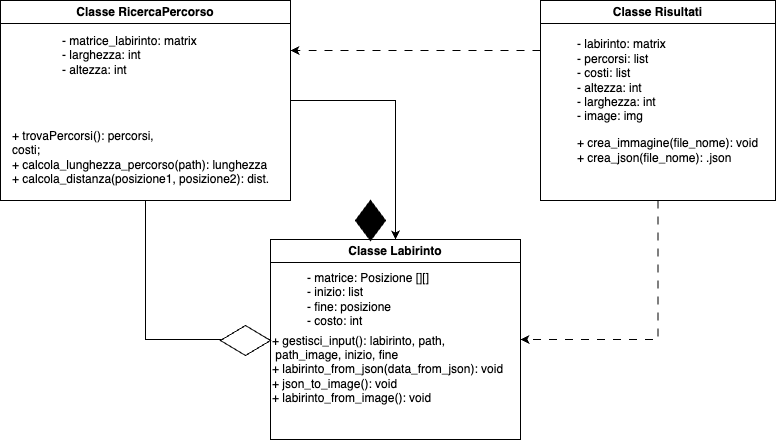
Earlier version of the draw.io export labyrinth_UML.drawio.png (e-caliano/Labirinth2023). Source tidied: cells renumbered, new cells last; positions are measured from the earlier drawing's top-left corner, leaving out a move shared by most shapes.
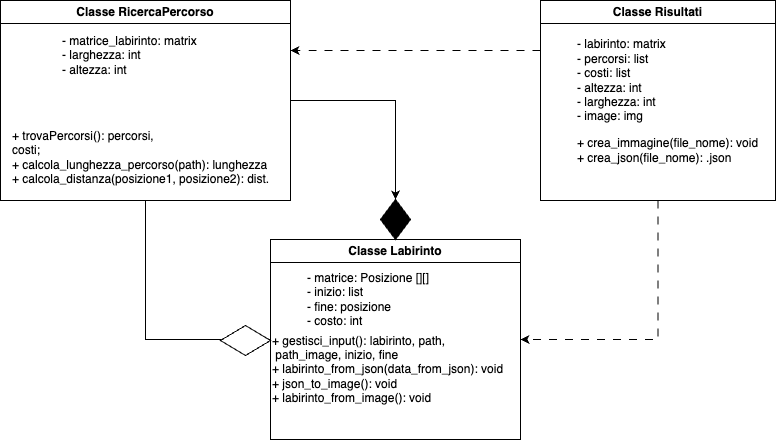
The same diagram one commit later.

Change to the diagram source:
```diff
@@ -14,7 +14,7 @@
     <mxCell id="5" style="edgeStyle=orthogonalEdgeStyle;rounded=0;jettySize=auto;html=1;exitX=0.5;exitY=1;exitDx=0;exitDy=0;entryX=0;entryY=0.5;entryDx=0;entryDy=0;" parent="1" edge="1" source="7" target="2">
       <mxGeometry relative="1" as="geometry" />
     </mxCell>
-    <mxCell id="6" style="edgeStyle=orthogonalEdgeStyle;rounded=0;jettySize=auto;html=1;exitX=1;exitY=0.5;exitDx=0;exitDy=0;entryX=0.5;entryY=0;entryDx=0;entryDy=0;" parent="1" edge="1" source="7" target="2">
+    <mxCell id="6" style="edgeStyle=orthogonalEdgeStyle;rounded=0;jettySize=auto;html=1;exitX=1;exitY=0.5;exitDx=0;exitDy=0;entryX=0.5;entryY=0;entryDx=0;entryDy=0;" parent="1" edge="1" source="15" target="2">
       <mxGeometry relative="1" as="geometry" />
     </mxCell>
     <mxCell id="7" value="Classe RicercaPercorso" style="swimlane;whiteSpace=wrap;html=1;" parent="1" vertex="1">
@@ -41,11 +41,14 @@
     <mxCell id="14" value="+ crea_immagine(file_nome): void&lt;br&gt;+ crea_json(file_nome): .json" style="text;html=1;align=left;verticalAlign=middle;strokeColor=none;fillColor=none;" parent="12" vertex="1">
       <mxGeometry x="35" y="130" width="200" height="40" as="geometry" />
     </mxCell>
+    <mxCell id="16" style="rhombus;whiteSpace=wrap;html=1;rotation=90;" parent="1" vertex="1">
+      <mxGeometry x="230" y="315" width="30" height="50" as="geometry" />
+    </mxCell>
+    <mxCell id="17" style="edgeStyle=orthogonalEdgeStyle;rounded=0;jettySize=auto;html=1;exitX=1;exitY=0.5;exitDx=0;exitDy=0;entryX=0.5;entryY=0;entryDx=0;entryDy=0;" parent="1" edge="1" source="7" target="15">
+      <mxGeometry relative="1" as="geometry" />
+    </mxCell>
     <mxCell id="15" style="rhombus;whiteSpace=wrap;html=1;fillColor=#000000;" parent="1" vertex="1">
-      <mxGeometry x="355" y="200" width="30" height="40" as="geometry" />
+      <mxGeometry x="380" y="199" width="30" height="40" as="geometry" />
     </mxCell>
-    <mxCell id="16" style="rhombus;whiteSpace=wrap;html=1;rotation=90;" parent="1" vertex="1">
-      <mxGeometry x="230" y="315" width="30" height="50" as="geometry" />
-    </mxCell>
   </root>
 </mxGraphModel>
```
